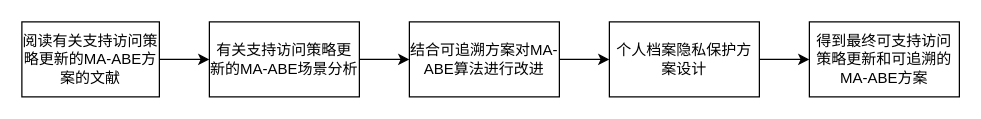
Before: 访问策略更新技术路线图.drawio in ScauMadLife/BlockChain, a draw.io diagram. Source tidied: cells renumbered, new cells numbered last; positions are measured from the earlier drawing's top-left corner, leaving out a move shared by most shapes. Both pictures are drawn from the tidied source at 125%, with x=0, y=0 at pixel (21, 21).
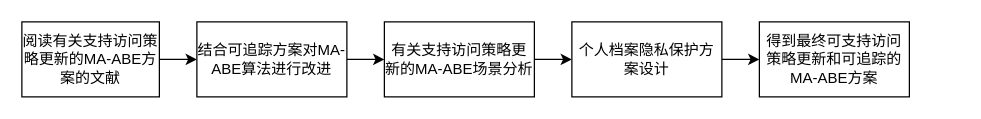
The same page after the edit.

Commit message:
更新访问策略更新技术路线图.drawio

Change to the diagram source:
```diff
@@
 <mxGraphModel>
   <root>
     <mxCell id="0" />
     <mxCell id="1" parent="0" />
-    <mxCell id="2" style="edgeStyle=orthogonalEdgeStyle;rounded=0;jettySize=auto;html=1;" parent="1" edge="1" source="3" target="5">
-      <mxGeometry relative="1" as="geometry" />
-    </mxCell>
+    <mxCell id="11" style="edgeStyle=orthogonalEdgeStyle;rounded=0;jettySize=auto;html=1;" parent="1" edge="1" source="3" target="7">
+      <mxGeometry relative="1" as="geometry" />
+    </mxCell>
     <mxCell id="3" value="阅读有关支持访问策略更新的MA-ABE方案的文献" style="rounded=0;whiteSpace=wrap;html=1;" parent="1" vertex="1">
       <mxGeometry width="110" height="60" as="geometry" />
     </mxCell>
-    <mxCell id="4" style="edgeStyle=orthogonalEdgeStyle;rounded=0;jettySize=auto;html=1;" parent="1" edge="1" source="5" target="7">
-      <mxGeometry relative="1" as="geometry" />
-    </mxCell>
+    <mxCell id="12" style="edgeStyle=orthogonalEdgeStyle;rounded=0;jettySize=auto;html=1;" parent="1" edge="1" source="5" target="9">
+      <mxGeometry relative="1" as="geometry" />
+    </mxCell>
     <mxCell id="5" value="有关支持访问策略更新的MA-ABE场景分析" style="whiteSpace=wrap;html=1;rounded=0;" parent="1" vertex="1">
-      <mxGeometry x="150" width="120" height="60" as="geometry" />
+      <mxGeometry x="290" width="120" height="60" as="geometry" />
     </mxCell>
-    <mxCell id="6" style="edgeStyle=orthogonalEdgeStyle;rounded=0;jettySize=auto;html=1;" parent="1" edge="1" source="7" target="9">
-      <mxGeometry relative="1" as="geometry" />
-    </mxCell>
+    <mxCell id="13" style="edgeStyle=orthogonalEdgeStyle;rounded=0;jettySize=auto;html=1;" parent="1" edge="1" source="7" target="5">
+      <mxGeometry relative="1" as="geometry" />
+    </mxCell>
-    <mxCell id="7" value="结合可追溯方案对MA-ABE算法进行改进" style="whiteSpace=wrap;html=1;rounded=0;" parent="1" vertex="1">
-      <mxGeometry x="310" width="120" height="60" as="geometry" />
+    <mxCell id="7" value="结合可追踪方案对MA-ABE算法进行改进" style="whiteSpace=wrap;html=1;rounded=0;" parent="1" vertex="1">
+      <mxGeometry x="140" width="120" height="60" as="geometry" />
     </mxCell>
     <mxCell id="8" style="edgeStyle=orthogonalEdgeStyle;rounded=0;jettySize=auto;html=1;" parent="1" edge="1" source="9" target="10">
       <mxGeometry relative="1" as="geometry" />
     </mxCell>
     <mxCell id="9" value="个人档案隐私保护方案设计" style="whiteSpace=wrap;html=1;rounded=0;" parent="1" vertex="1">
-      <mxGeometry x="470" width="120" height="60" as="geometry" />
+      <mxGeometry x="440" width="120" height="60" as="geometry" />
     </mxCell>
-    <mxCell id="10" value="得到最终可支持访问策略更新和可追溯的MA-ABE方案" style="whiteSpace=wrap;html=1;rounded=0;" parent="1" vertex="1">
-      <mxGeometry x="630" width="120" height="60" as="geometry" />
+    <mxCell id="10" value="得到最终可支持访问策略更新和可追踪的MA-ABE方案" style="whiteSpace=wrap;html=1;rounded=0;" parent="1" vertex="1">
+      <mxGeometry x="590" width="120" height="60" as="geometry" />
     </mxCell>
   </root>
 </mxGraphModel>
```
